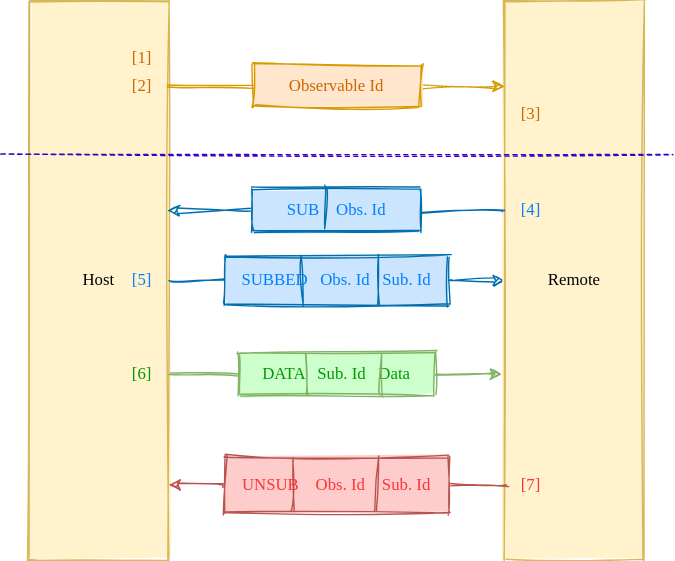
Before: communication.svg, a diagram exported from draw.io (loreanvictor/observables-over-boundary). Source tidied: cells renumbered, new cells last; positions are measured from the earlier drawing's top-left corner, leaving out a move shared by most shapes. The source it was exported from:
```xml
<mxGraphModel>
  <root>
    <mxCell id="0" />
    <mxCell id="1" parent="0" />
    <mxCell id="2" style="edgeStyle=orthogonalEdgeStyle;curved=1;rounded=0;sketch=1;jettySize=auto;html=1;exitX=1;exitY=0.5;exitDx=0;exitDy=0;entryX=0;entryY=0.5;entryDx=0;entryDy=0;fontFamily=Comic Sans MS;fillColor=#1ba1e2;strokeColor=#006EAF;" parent="1" edge="1" source="14" target="7">
      <mxGeometry relative="1" as="geometry" />
    </mxCell>
    <mxCell id="3" style="edgeStyle=orthogonalEdgeStyle;curved=1;rounded=0;sketch=1;jettySize=auto;html=1;exitX=1;exitY=0.5;exitDx=0;exitDy=0;entryX=-0.02;entryY=0.668;entryDx=0;entryDy=0;fontFamily=Comic Sans MS;entryPerimeter=0;fillColor=#d5e8d4;strokeColor=#82b366;" parent="1" edge="1" source="16" target="7">
      <mxGeometry relative="1" as="geometry" />
    </mxCell>
    <mxCell id="4" value="Host" style="rounded=0;whiteSpace=wrap;html=1;fontFamily=Comic Sans MS;sketch=1;fillColor=#fff2cc;strokeColor=#d6b656;fillStyle=solid;" parent="1" vertex="1">
      <mxGeometry x="20" width="100" height="400" as="geometry" />
    </mxCell>
    <mxCell id="5" style="edgeStyle=orthogonalEdgeStyle;curved=1;rounded=0;sketch=1;jettySize=auto;html=1;exitX=0;exitY=0.5;exitDx=0;exitDy=0;entryX=0.99;entryY=0.375;entryDx=0;entryDy=0;fontFamily=Comic Sans MS;entryPerimeter=0;fillColor=#1ba1e2;strokeColor=#006EAF;" parent="1" edge="1" source="12" target="4">
      <mxGeometry relative="1" as="geometry" />
    </mxCell>
    <mxCell id="6" style="edgeStyle=orthogonalEdgeStyle;curved=1;rounded=0;sketch=1;jettySize=auto;html=1;exitX=0;exitY=0.5;exitDx=0;exitDy=0;entryX=1;entryY=0.865;entryDx=0;entryDy=0;fontFamily=Comic Sans MS;entryPerimeter=0;fillColor=#f8cecc;strokeColor=#b85450;" parent="1" edge="1" source="18" target="4">
      <mxGeometry relative="1" as="geometry" />
    </mxCell>
    <mxCell id="7" value="Remote" style="rounded=0;whiteSpace=wrap;html=1;fontFamily=Comic Sans MS;sketch=1;fillColor=#fff2cc;strokeColor=#d6b656;fillStyle=solid;" parent="1" vertex="1">
      <mxGeometry x="360" width="100" height="400" as="geometry" />
    </mxCell>
    <mxCell id="8" style="endArrow=none;dashed=1;html=1;fontFamily=Comic Sans MS;sketch=1;fillColor=#6a00ff;strokeColor=#3700CC;" parent="1" edge="1">
      <mxGeometry relative="1" as="geometry">
        <mxPoint y="110" as="sourcePoint" />
        <mxPoint x="480" y="110" as="targetPoint" />
      </mxGeometry>
    </mxCell>
    <mxCell id="9" style="endArrow=classic;html=1;fontFamily=Comic Sans MS;entryX=0;entryY=0.153;entryDx=0;entryDy=0;entryPerimeter=0;dashed=1;dashPattern=1 1;sketch=1;fillColor=#ffe6cc;strokeColor=#d79b00;exitX=1;exitY=0.5;exitDx=0;exitDy=0;" parent="1" edge="1" source="10" target="7">
      <mxGeometry relative="1" as="geometry" />
    </mxCell>
    <mxCell id="10" value="Observable Id" style="rounded=0;whiteSpace=wrap;html=1;sketch=1;fontFamily=Comic Sans MS;strokeColor=#d79b00;fontColor=#CC6600;fillColor=#FFE6CC;fillStyle=solid;" parent="1" vertex="1">
      <mxGeometry x="180" y="46" width="120" height="30" as="geometry" />
    </mxCell>
    <mxCell id="11" style="endArrow=none;html=1;fontFamily=Comic Sans MS;entryX=0;entryY=0.5;entryDx=0;entryDy=0;sketch=1;fillColor=#ffe6cc;strokeColor=#d79b00;endFill=0;" parent="1" edge="1" target="10">
      <mxGeometry relative="1" as="geometry">
        <mxPoint x="119" y="61" as="sourcePoint" />
      </mxGeometry>
    </mxCell>
    <mxCell id="12" value="SUB &amp;nbsp; &amp;nbsp;Obs. Id" style="rounded=0;whiteSpace=wrap;html=1;sketch=1;fontFamily=Comic Sans MS;strokeColor=#006EAF;fontColor=#007FFF;fillStyle=solid;fillColor=#CCE5FF;" parent="1" vertex="1">
      <mxGeometry x="180" y="135" width="120" height="30" as="geometry" />
    </mxCell>
    <mxCell id="13" style="edgeStyle=orthogonalEdgeStyle;curved=1;rounded=0;sketch=1;jettySize=auto;html=1;exitX=0;exitY=0.375;exitDx=0;exitDy=0;entryX=1;entryY=0.5;entryDx=0;entryDy=0;fontFamily=Comic Sans MS;exitPerimeter=0;fillColor=#1ba1e2;strokeColor=#006EAF;endArrow=none;endFill=0;" parent="1" edge="1" source="7" target="12">
      <mxGeometry relative="1" as="geometry" />
    </mxCell>
    <mxCell id="14" value="SUBBED &amp;nbsp; Obs. Id &amp;nbsp; Sub. Id" style="rounded=0;whiteSpace=wrap;html=1;sketch=1;fontFamily=Comic Sans MS;strokeColor=#006EAF;fontColor=#007FFF;fillColor=#CCE5FF;fillStyle=solid;" parent="1" vertex="1">
      <mxGeometry x="160" y="182.5" width="160" height="35" as="geometry" />
    </mxCell>
    <mxCell id="15" style="edgeStyle=orthogonalEdgeStyle;curved=1;rounded=0;sketch=1;jettySize=auto;html=1;exitX=1;exitY=0.5;exitDx=0;exitDy=0;entryX=0;entryY=0.5;entryDx=0;entryDy=0;fontFamily=Comic Sans MS;fillColor=#1ba1e2;strokeColor=#006EAF;endArrow=none;endFill=0;" parent="1" edge="1" source="4" target="14">
      <mxGeometry relative="1" as="geometry" />
    </mxCell>
    <mxCell id="16" value="DATA &amp;nbsp; Sub. Id &amp;nbsp; Data" style="rounded=0;whiteSpace=wrap;html=1;sketch=1;fontFamily=Comic Sans MS;strokeColor=#82b366;fillColor=#CCFFCC;fillStyle=solid;fontColor=#009900;" parent="1" vertex="1">
      <mxGeometry x="170" y="252" width="140" height="30" as="geometry" />
    </mxCell>
    <mxCell id="17" style="edgeStyle=orthogonalEdgeStyle;curved=1;rounded=0;sketch=1;jettySize=auto;html=1;exitX=1;exitY=0.668;exitDx=0;exitDy=0;entryX=0;entryY=0.5;entryDx=0;entryDy=0;fontFamily=Comic Sans MS;exitPerimeter=0;fillColor=#d5e8d4;strokeColor=#82b366;endArrow=none;endFill=0;" parent="1" edge="1" source="4" target="16">
      <mxGeometry relative="1" as="geometry" />
    </mxCell>
    <mxCell id="18" value="UNSUB &amp;nbsp; &amp;nbsp;Obs. Id &amp;nbsp; &amp;nbsp;Sub. Id" style="rounded=0;whiteSpace=wrap;html=1;sketch=1;fontFamily=Comic Sans MS;strokeColor=#b85450;fillColor=#FFCCCC;fillStyle=solid;fontColor=#FF3333;" parent="1" vertex="1">
      <mxGeometry x="160" y="326" width="160" height="40" as="geometry" />
    </mxCell>
    <mxCell id="19" style="edgeStyle=orthogonalEdgeStyle;curved=1;rounded=0;sketch=1;jettySize=auto;html=1;exitX=0.01;exitY=0.865;exitDx=0;exitDy=0;entryX=1;entryY=0.5;entryDx=0;entryDy=0;fontFamily=Comic Sans MS;exitPerimeter=0;fillColor=#f8cecc;strokeColor=#b85450;endArrow=none;endFill=0;" parent="1" edge="1" source="7" target="18">
      <mxGeometry relative="1" as="geometry" />
    </mxCell>
    <mxCell id="20" style="edgeStyle=orthogonalEdgeStyle;curved=1;rounded=0;sketch=1;orthogonalLoop=1;jettySize=auto;html=1;exitX=0.438;exitY=-0.041;exitDx=0;exitDy=0;entryX=0.44;entryY=0.987;entryDx=0;entryDy=0;endArrow=none;endFill=0;fontFamily=Comic Sans MS;fontColor=#007FFF;entryPerimeter=0;exitPerimeter=0;fillColor=#1ba1e2;strokeColor=#006EAF;" parent="1" edge="1" source="12" target="12">
      <mxGeometry relative="1" as="geometry" />
    </mxCell>
    <mxCell id="21" style="edgeStyle=orthogonalEdgeStyle;curved=1;rounded=0;sketch=1;jettySize=auto;html=1;entryX=0.338;entryY=1.014;entryDx=0;entryDy=0;endArrow=none;endFill=0;fontFamily=Comic Sans MS;fontColor=#007FFF;entryPerimeter=0;fillColor=#1ba1e2;strokeColor=#006EAF;" parent="1" edge="1" target="14">
      <mxGeometry relative="1" as="geometry">
        <mxPoint x="214" y="182" as="sourcePoint" />
      </mxGeometry>
    </mxCell>
    <mxCell id="22" style="edgeStyle=orthogonalEdgeStyle;curved=1;rounded=0;sketch=1;jettySize=auto;html=1;entryX=0.684;entryY=-0.007;entryDx=0;entryDy=0;endArrow=none;endFill=0;fontFamily=Comic Sans MS;fontColor=#007FFF;entryPerimeter=0;fillColor=#1ba1e2;strokeColor=#006EAF;" parent="1" edge="1" target="14">
      <mxGeometry relative="1" as="geometry">
        <mxPoint x="269" y="218" as="sourcePoint" />
      </mxGeometry>
    </mxCell>
    <mxCell id="23" style="edgeStyle=orthogonalEdgeStyle;curved=1;rounded=0;sketch=1;orthogonalLoop=1;jettySize=auto;html=1;entryX=0.352;entryY=-0.036;entryDx=0;entryDy=0;endArrow=none;endFill=0;fontFamily=Comic Sans MS;fontColor=#009900;exitX=0.345;exitY=0.996;exitDx=0;exitDy=0;exitPerimeter=0;entryPerimeter=0;fillColor=#d5e8d4;strokeColor=#82b366;" parent="1" edge="1" source="16" target="16">
      <mxGeometry relative="1" as="geometry" />
    </mxCell>
    <mxCell id="24" style="edgeStyle=orthogonalEdgeStyle;curved=1;rounded=0;sketch=1;jettySize=auto;html=1;entryX=0.721;entryY=-0.01;entryDx=0;entryDy=0;endArrow=none;endFill=0;fontFamily=Comic Sans MS;fontColor=#009900;entryPerimeter=0;fillColor=#d5e8d4;strokeColor=#82b366;" parent="1" edge="1" target="16">
      <mxGeometry relative="1" as="geometry">
        <mxPoint x="271" y="282" as="sourcePoint" />
      </mxGeometry>
    </mxCell>
    <mxCell id="25" style="edgeStyle=orthogonalEdgeStyle;curved=1;rounded=0;sketch=1;orthogonalLoop=1;jettySize=auto;html=1;exitX=0.308;exitY=0.981;exitDx=0;exitDy=0;entryX=0.308;entryY=0.021;entryDx=0;entryDy=0;endArrow=none;endFill=0;fontFamily=Comic Sans MS;fontColor=#FF3333;entryPerimeter=0;exitPerimeter=0;fillColor=#f8cecc;strokeColor=#b85450;" parent="1" edge="1" source="18" target="18">
      <mxGeometry relative="1" as="geometry" />
    </mxCell>
    <mxCell id="26" style="edgeStyle=orthogonalEdgeStyle;curved=1;rounded=0;sketch=1;orthogonalLoop=1;jettySize=auto;html=1;exitX=0.677;exitY=0.967;exitDx=0;exitDy=0;entryX=0.675;entryY=0.033;entryDx=0;entryDy=0;endArrow=none;endFill=0;fontFamily=Comic Sans MS;fontColor=#FF3333;entryPerimeter=0;exitPerimeter=0;fillColor=#f8cecc;strokeColor=#b85450;" parent="1" edge="1" source="18" target="18">
      <mxGeometry relative="1" as="geometry" />
    </mxCell>
    <mxCell id="27" value="[2]" style="text;html=1;strokeColor=none;fillColor=none;align=right;verticalAlign=middle;whiteSpace=wrap;rounded=0;sketch=1;fontFamily=Comic Sans MS;fontColor=#CC6600;" parent="1" vertex="1">
      <mxGeometry x="70" y="51" width="40" height="20" as="geometry" />
    </mxCell>
    <mxCell id="28" value="[1]" style="text;html=1;strokeColor=none;fillColor=none;align=right;verticalAlign=middle;whiteSpace=wrap;rounded=0;sketch=1;fontFamily=Comic Sans MS;fontColor=#CC6600;" parent="1" vertex="1">
      <mxGeometry x="70" y="31" width="40" height="20" as="geometry" />
    </mxCell>
    <mxCell id="29" value="[3]" style="text;html=1;strokeColor=none;fillColor=none;align=left;verticalAlign=middle;whiteSpace=wrap;rounded=0;sketch=1;fontFamily=Comic Sans MS;fontColor=#CC6600;" parent="1" vertex="1">
      <mxGeometry x="370" y="71" width="40" height="20" as="geometry" />
    </mxCell>
    <mxCell id="30" value="[4]" style="text;html=1;strokeColor=none;fillColor=none;align=left;verticalAlign=middle;whiteSpace=wrap;rounded=0;sketch=1;fontFamily=Comic Sans MS;fontColor=#007FFF;" parent="1" vertex="1">
      <mxGeometry x="370" y="140" width="40" height="20" as="geometry" />
    </mxCell>
    <mxCell id="31" value="[5]" style="text;html=1;strokeColor=none;fillColor=none;align=right;verticalAlign=middle;whiteSpace=wrap;rounded=0;sketch=1;fontFamily=Comic Sans MS;fontColor=#007FFF;" parent="1" vertex="1">
      <mxGeometry x="70" y="190" width="40" height="20" as="geometry" />
    </mxCell>
    <mxCell id="32" value="[6]" style="text;html=1;strokeColor=none;fillColor=none;align=right;verticalAlign=middle;whiteSpace=wrap;rounded=0;sketch=1;fontFamily=Comic Sans MS;fontColor=#009900;" parent="1" vertex="1">
      <mxGeometry x="70" y="257" width="40" height="20" as="geometry" />
    </mxCell>
    <mxCell id="33" value="[7]" style="text;html=1;strokeColor=none;fillColor=none;align=left;verticalAlign=middle;whiteSpace=wrap;rounded=0;sketch=1;fontFamily=Comic Sans MS;fontColor=#FF3333;" parent="1" vertex="1">
      <mxGeometry x="370" y="336" width="40" height="20" as="geometry" />
    </mxCell>
  </root>
</mxGraphModel>
```
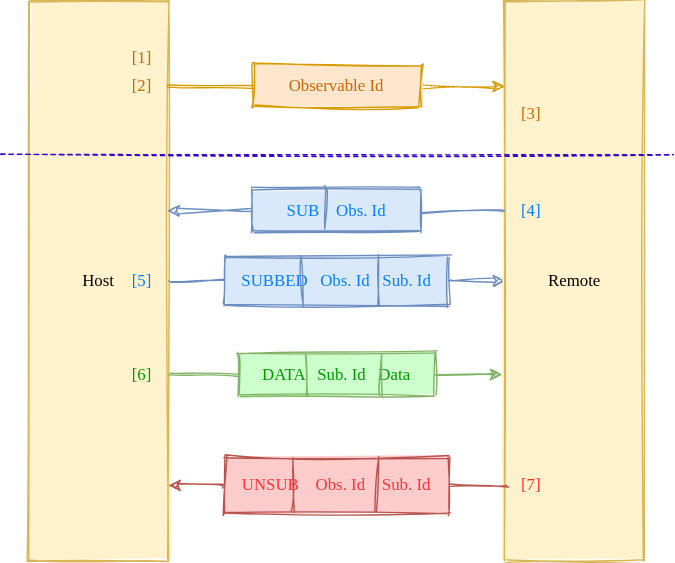
Above is the later version.

Diff of the diagram source:
```diff
@@ -2,7 +2,7 @@
   <root>
     <mxCell id="0" />
     <mxCell id="1" parent="0" />
-    <mxCell id="2" style="edgeStyle=orthogonalEdgeStyle;curved=1;rounded=0;sketch=1;jettySize=auto;html=1;exitX=1;exitY=0.5;exitDx=0;exitDy=0;entryX=0;entryY=0.5;entryDx=0;entryDy=0;fontFamily=Comic Sans MS;fillColor=#1ba1e2;strokeColor=#006EAF;" parent="1" edge="1" source="14" target="7">
+    <mxCell id="2" style="edgeStyle=orthogonalEdgeStyle;curved=1;rounded=0;sketch=1;jettySize=auto;html=1;exitX=1;exitY=0.5;exitDx=0;exitDy=0;entryX=0;entryY=0.5;entryDx=0;entryDy=0;fontFamily=Comic Sans MS;fillColor=#dae8fc;strokeColor=#6c8ebf;" parent="1" edge="1" source="14" target="7">
       <mxGeometry relative="1" as="geometry" />
     </mxCell>
     <mxCell id="3" style="edgeStyle=orthogonalEdgeStyle;curved=1;rounded=0;sketch=1;jettySize=auto;html=1;exitX=1;exitY=0.5;exitDx=0;exitDy=0;entryX=-0.02;entryY=0.668;entryDx=0;entryDy=0;fontFamily=Comic Sans MS;entryPerimeter=0;fillColor=#d5e8d4;strokeColor=#82b366;" parent="1" edge="1" source="16" target="7">
@@ -11,7 +11,7 @@
     <mxCell id="4" value="Host" style="rounded=0;whiteSpace=wrap;html=1;fontFamily=Comic Sans MS;sketch=1;fillColor=#fff2cc;strokeColor=#d6b656;fillStyle=solid;" parent="1" vertex="1">
       <mxGeometry x="20" width="100" height="400" as="geometry" />
     </mxCell>
-    <mxCell id="5" style="edgeStyle=orthogonalEdgeStyle;curved=1;rounded=0;sketch=1;jettySize=auto;html=1;exitX=0;exitY=0.5;exitDx=0;exitDy=0;entryX=0.99;entryY=0.375;entryDx=0;entryDy=0;fontFamily=Comic Sans MS;entryPerimeter=0;fillColor=#1ba1e2;strokeColor=#006EAF;" parent="1" edge="1" source="12" target="4">
+    <mxCell id="5" style="edgeStyle=orthogonalEdgeStyle;curved=1;rounded=0;sketch=1;jettySize=auto;html=1;exitX=0;exitY=0.5;exitDx=0;exitDy=0;entryX=0.99;entryY=0.375;entryDx=0;entryDy=0;fontFamily=Comic Sans MS;entryPerimeter=0;fillColor=#dae8fc;strokeColor=#6c8ebf;" parent="1" edge="1" source="12" target="4">
       <mxGeometry relative="1" as="geometry" />
     </mxCell>
     <mxCell id="6" style="edgeStyle=orthogonalEdgeStyle;curved=1;rounded=0;sketch=1;jettySize=auto;html=1;exitX=0;exitY=0.5;exitDx=0;exitDy=0;entryX=1;entryY=0.865;entryDx=0;entryDy=0;fontFamily=Comic Sans MS;entryPerimeter=0;fillColor=#f8cecc;strokeColor=#b85450;" parent="1" edge="1" source="18" target="4">
@@ -37,16 +37,16 @@
         <mxPoint x="119" y="61" as="sourcePoint" />
       </mxGeometry>
     </mxCell>
-    <mxCell id="12" value="SUB &amp;nbsp; &amp;nbsp;Obs. Id" style="rounded=0;whiteSpace=wrap;html=1;sketch=1;fontFamily=Comic Sans MS;strokeColor=#006EAF;fontColor=#007FFF;fillStyle=solid;fillColor=#CCE5FF;" parent="1" vertex="1">
+    <mxCell id="12" value="SUB &amp;nbsp; &amp;nbsp;Obs. Id" style="rounded=0;whiteSpace=wrap;html=1;sketch=1;fontFamily=Comic Sans MS;strokeColor=#6c8ebf;fillStyle=solid;fillColor=#dae8fc;fontColor=#007FFF;" parent="1" vertex="1">
       <mxGeometry x="180" y="135" width="120" height="30" as="geometry" />
     </mxCell>
-    <mxCell id="13" style="edgeStyle=orthogonalEdgeStyle;curved=1;rounded=0;sketch=1;jettySize=auto;html=1;exitX=0;exitY=0.375;exitDx=0;exitDy=0;entryX=1;entryY=0.5;entryDx=0;entryDy=0;fontFamily=Comic Sans MS;exitPerimeter=0;fillColor=#1ba1e2;strokeColor=#006EAF;endArrow=none;endFill=0;" parent="1" edge="1" source="7" target="12">
+    <mxCell id="13" style="edgeStyle=orthogonalEdgeStyle;curved=1;rounded=0;sketch=1;jettySize=auto;html=1;exitX=0;exitY=0.375;exitDx=0;exitDy=0;entryX=1;entryY=0.5;entryDx=0;entryDy=0;fontFamily=Comic Sans MS;exitPerimeter=0;fillColor=#dae8fc;strokeColor=#6c8ebf;endArrow=none;endFill=0;" parent="1" edge="1" source="7" target="12">
       <mxGeometry relative="1" as="geometry" />
     </mxCell>
-    <mxCell id="14" value="SUBBED &amp;nbsp; Obs. Id &amp;nbsp; Sub. Id" style="rounded=0;whiteSpace=wrap;html=1;sketch=1;fontFamily=Comic Sans MS;strokeColor=#006EAF;fontColor=#007FFF;fillColor=#CCE5FF;fillStyle=solid;" parent="1" vertex="1">
+    <mxCell id="14" value="SUBBED &amp;nbsp; Obs. Id &amp;nbsp; Sub. Id" style="rounded=0;whiteSpace=wrap;html=1;sketch=1;fontFamily=Comic Sans MS;strokeColor=#6c8ebf;fillColor=#dae8fc;fillStyle=solid;fontColor=#007FFF;" parent="1" vertex="1">
       <mxGeometry x="160" y="182.5" width="160" height="35" as="geometry" />
     </mxCell>
-    <mxCell id="15" style="edgeStyle=orthogonalEdgeStyle;curved=1;rounded=0;sketch=1;jettySize=auto;html=1;exitX=1;exitY=0.5;exitDx=0;exitDy=0;entryX=0;entryY=0.5;entryDx=0;entryDy=0;fontFamily=Comic Sans MS;fillColor=#1ba1e2;strokeColor=#006EAF;endArrow=none;endFill=0;" parent="1" edge="1" source="4" target="14">
+    <mxCell id="15" style="edgeStyle=orthogonalEdgeStyle;curved=1;rounded=0;sketch=1;jettySize=auto;html=1;exitX=1;exitY=0.5;exitDx=0;exitDy=0;entryX=0;entryY=0.5;entryDx=0;entryDy=0;fontFamily=Comic Sans MS;fillColor=#dae8fc;strokeColor=#6c8ebf;endArrow=none;endFill=0;" parent="1" edge="1" source="4" target="14">
       <mxGeometry relative="1" as="geometry" />
     </mxCell>
     <mxCell id="16" value="DATA &amp;nbsp; Sub. Id &amp;nbsp; Data" style="rounded=0;whiteSpace=wrap;html=1;sketch=1;fontFamily=Comic Sans MS;strokeColor=#82b366;fillColor=#CCFFCC;fillStyle=solid;fontColor=#009900;" parent="1" vertex="1">
@@ -61,15 +61,15 @@
     <mxCell id="19" style="edgeStyle=orthogonalEdgeStyle;curved=1;rounded=0;sketch=1;jettySize=auto;html=1;exitX=0.01;exitY=0.865;exitDx=0;exitDy=0;entryX=1;entryY=0.5;entryDx=0;entryDy=0;fontFamily=Comic Sans MS;exitPerimeter=0;fillColor=#f8cecc;strokeColor=#b85450;endArrow=none;endFill=0;" parent="1" edge="1" source="7" target="18">
       <mxGeometry relative="1" as="geometry" />
     </mxCell>
-    <mxCell id="20" style="edgeStyle=orthogonalEdgeStyle;curved=1;rounded=0;sketch=1;orthogonalLoop=1;jettySize=auto;html=1;exitX=0.438;exitY=-0.041;exitDx=0;exitDy=0;entryX=0.44;entryY=0.987;entryDx=0;entryDy=0;endArrow=none;endFill=0;fontFamily=Comic Sans MS;fontColor=#007FFF;entryPerimeter=0;exitPerimeter=0;fillColor=#1ba1e2;strokeColor=#006EAF;" parent="1" edge="1" source="12" target="12">
+    <mxCell id="20" style="edgeStyle=orthogonalEdgeStyle;curved=1;rounded=0;sketch=1;orthogonalLoop=1;jettySize=auto;html=1;exitX=0.438;exitY=-0.041;exitDx=0;exitDy=0;entryX=0.44;entryY=0.987;entryDx=0;entryDy=0;endArrow=none;endFill=0;fontFamily=Comic Sans MS;fontColor=#007FFF;entryPerimeter=0;exitPerimeter=0;fillColor=#dae8fc;strokeColor=#6c8ebf;" parent="1" edge="1" source="12" target="12">
       <mxGeometry relative="1" as="geometry" />
     </mxCell>
-    <mxCell id="21" style="edgeStyle=orthogonalEdgeStyle;curved=1;rounded=0;sketch=1;jettySize=auto;html=1;entryX=0.338;entryY=1.014;entryDx=0;entryDy=0;endArrow=none;endFill=0;fontFamily=Comic Sans MS;fontColor=#007FFF;entryPerimeter=0;fillColor=#1ba1e2;strokeColor=#006EAF;" parent="1" edge="1" target="14">
+    <mxCell id="21" style="edgeStyle=orthogonalEdgeStyle;curved=1;rounded=0;sketch=1;jettySize=auto;html=1;entryX=0.338;entryY=1.014;entryDx=0;entryDy=0;endArrow=none;endFill=0;fontFamily=Comic Sans MS;fontColor=#007FFF;entryPerimeter=0;fillColor=#dae8fc;strokeColor=#6c8ebf;" parent="1" edge="1" target="14">
       <mxGeometry relative="1" as="geometry">
         <mxPoint x="214" y="182" as="sourcePoint" />
       </mxGeometry>
     </mxCell>
-    <mxCell id="22" style="edgeStyle=orthogonalEdgeStyle;curved=1;rounded=0;sketch=1;jettySize=auto;html=1;entryX=0.684;entryY=-0.007;entryDx=0;entryDy=0;endArrow=none;endFill=0;fontFamily=Comic Sans MS;fontColor=#007FFF;entryPerimeter=0;fillColor=#1ba1e2;strokeColor=#006EAF;" parent="1" edge="1" target="14">
+    <mxCell id="22" style="edgeStyle=orthogonalEdgeStyle;curved=1;rounded=0;sketch=1;jettySize=auto;html=1;entryX=0.684;entryY=-0.007;entryDx=0;entryDy=0;endArrow=none;endFill=0;fontFamily=Comic Sans MS;fontColor=#007FFF;entryPerimeter=0;fillColor=#dae8fc;strokeColor=#6c8ebf;" parent="1" edge="1" target="14">
       <mxGeometry relative="1" as="geometry">
         <mxPoint x="269" y="218" as="sourcePoint" />
       </mxGeometry>
```
